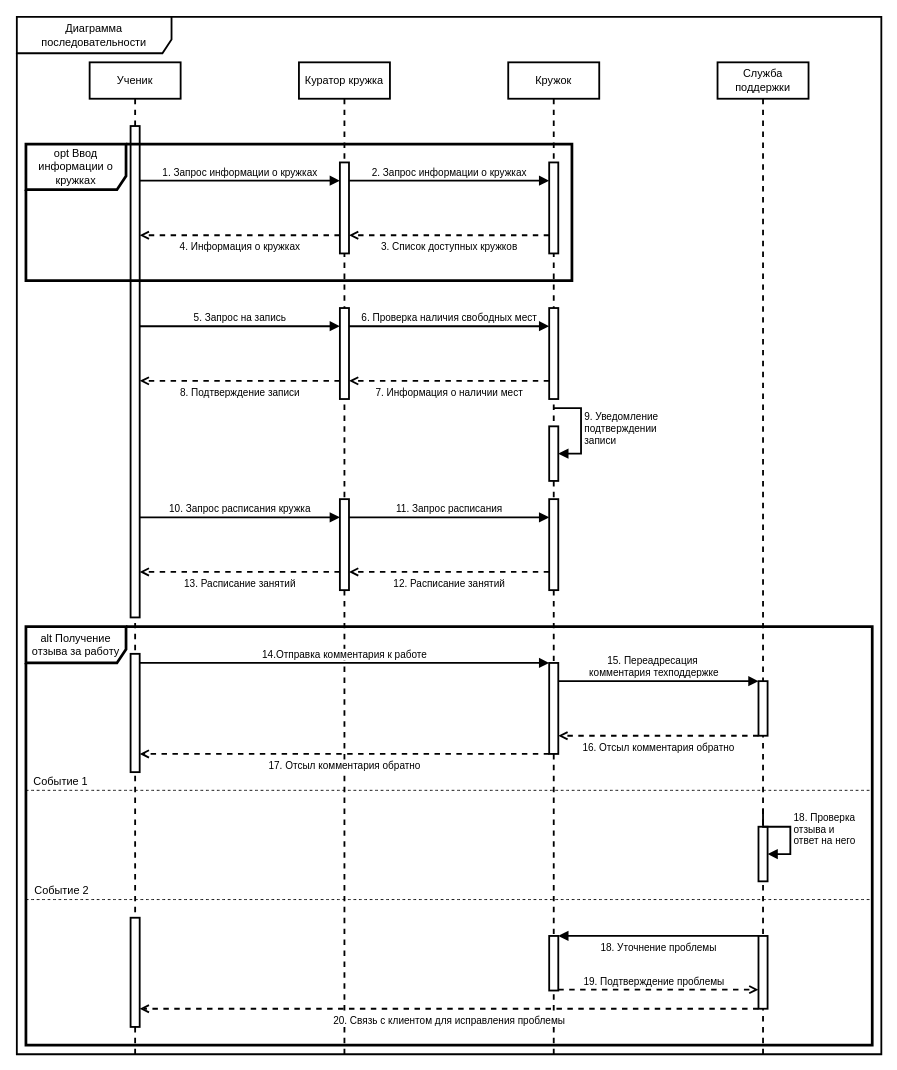
Earlier version of the draw.io diagram page "Page-1" (1 of 3) of 2.drawio (Helpmepleaseitishard/Aikms). Source tidied: cells renumbered, new cells numbered last; positions are measured from the earlier drawing's top-left corner, leaving out a move shared by most shapes. Both pictures are drawn from the tidied source at 91%, with x=0, y=0 at pixel (16, 16).
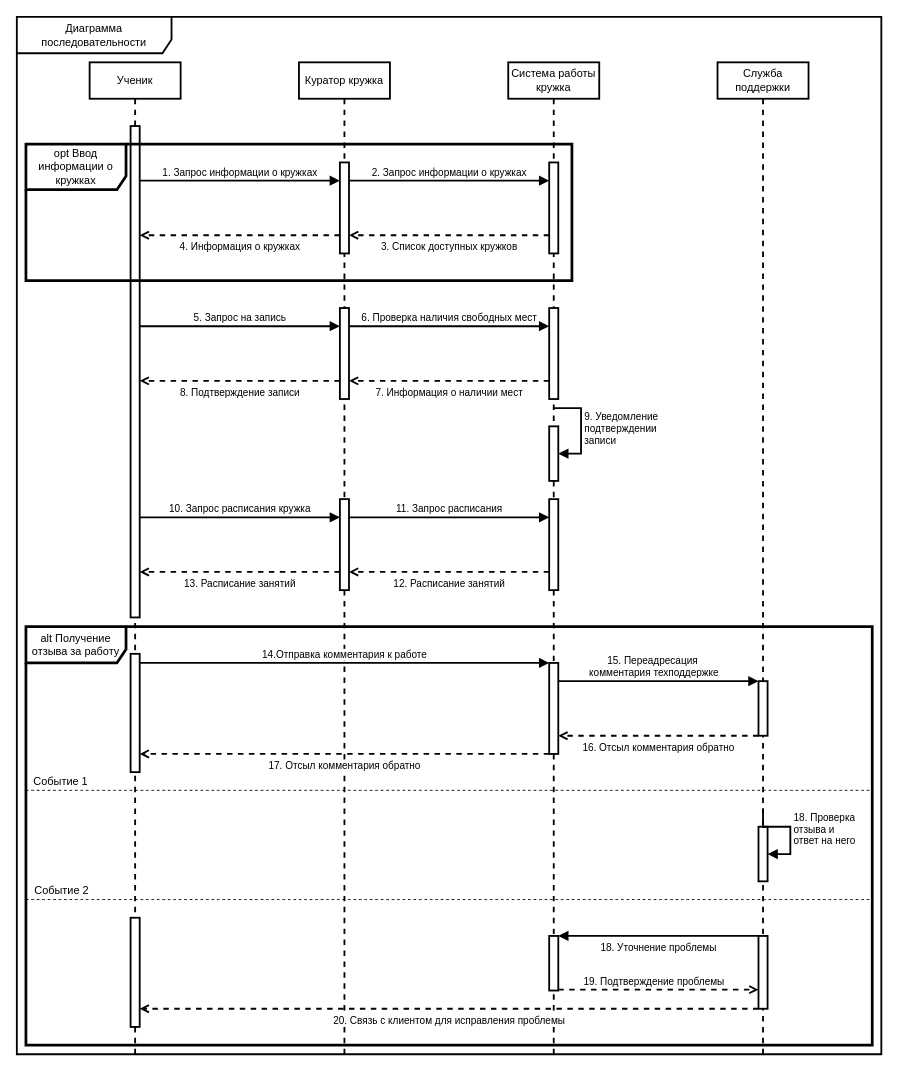
The same page after the edit.

Diff of the diagram source:
```diff
@@
-    <mxCell id="6" value="Кружок" style="shape=umlLifeline;perimeter=lifelinePerimeter;whiteSpace=wrap;html=1;newEdgeStyle={&quot;curved&quot;:0,&quot;rounded&quot;:0};strokeWidth=2;" parent="1" vertex="1">
+    <mxCell id="6" value="Система работы кружка" style="shape=umlLifeline;perimeter=lifelinePerimeter;whiteSpace=wrap;html=1;newEdgeStyle={&quot;curved&quot;:0,&quot;rounded&quot;:0};strokeWidth=2;" parent="1" vertex="1">
       <mxGeometry x="540" y="50" width="100" height="1090" as="geometry" />
     </mxCell>
```
